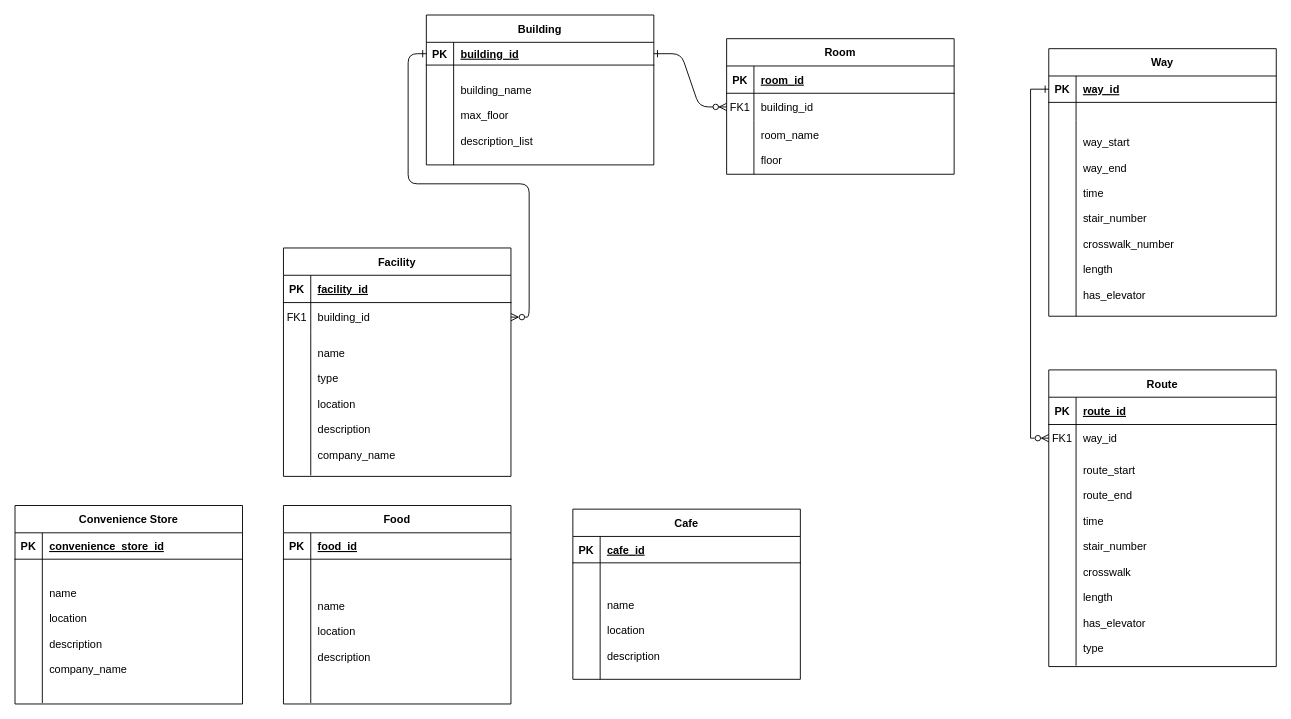
The draw.io diagram db/navigation_db.drawio in kw-chi-community/CHIC-KW-Navigation-BE, before the edit. Source tidied: cells renumbered, new cells numbered last; positions are measured from the earlier drawing's top-left corner, leaving out a move shared by most shapes. Both pictures are drawn from the tidied source at 91%, with x=0, y=0 at pixel (15, 15).
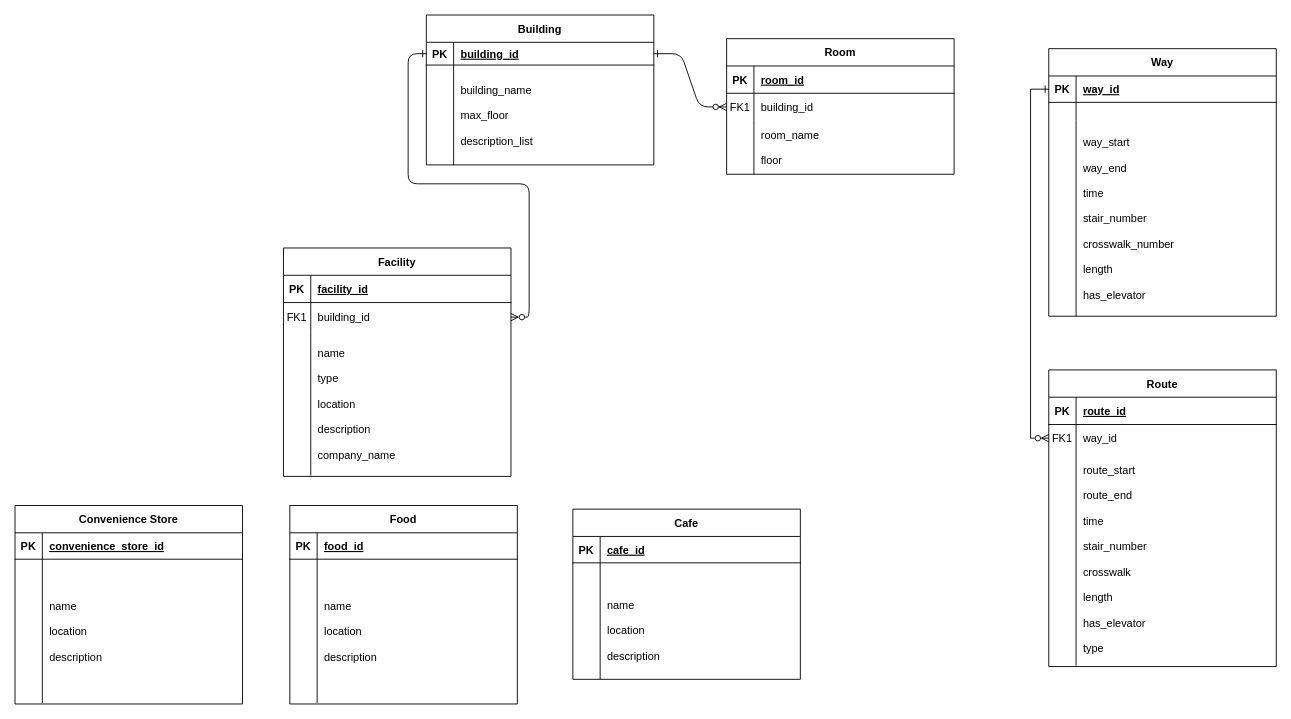
The same page after the edit.

Commit message (it also covers changes not shown here):
DB스키마 구조 변경 및 코드 수정

The change refers to these unchanged cells:
```xml
<mxCell id="41" style="shape=partialRectangle;fillColor=none;top=0;left=0;right=0;bottom=0;" parent="37" vertex="1">
  <mxGeometry y="59" width="250" height="158" as="geometry" />
</mxCell>
```

Diff of the diagram source:
```diff
@@
     <mxCell id="30" value="Food" style="shape=table;startSize=30;childLayout=tableLayout;rowLines=0;fontStyle=1;align=center;" parent="1" vertex="1">
-      <mxGeometry x="295" y="539" width="250" height="218.1" as="geometry" />
+      <mxGeometry x="302" y="539" width="250" height="218.1" as="geometry" />
     </mxCell>
@@
-    <mxCell id="43" value="name&#10;&#10;location&#10;&#10;description&#10;&#10;company_name" style="shape=partialRectangle;overflow=hidden;fillColor=none;top=0;left=0;bottom=0;right=0;align=left;spacingLeft=6;" parent="41" vertex="1">
+    <mxCell id="43" value="name&#10;&#10;location&#10;&#10;description" style="shape=partialRectangle;overflow=hidden;fillColor=none;top=0;left=0;bottom=0;right=0;align=left;spacingLeft=6;" parent="41" vertex="1">
       <mxGeometry x="30" width="220" height="158" as="geometry" />
     </mxCell>
```
